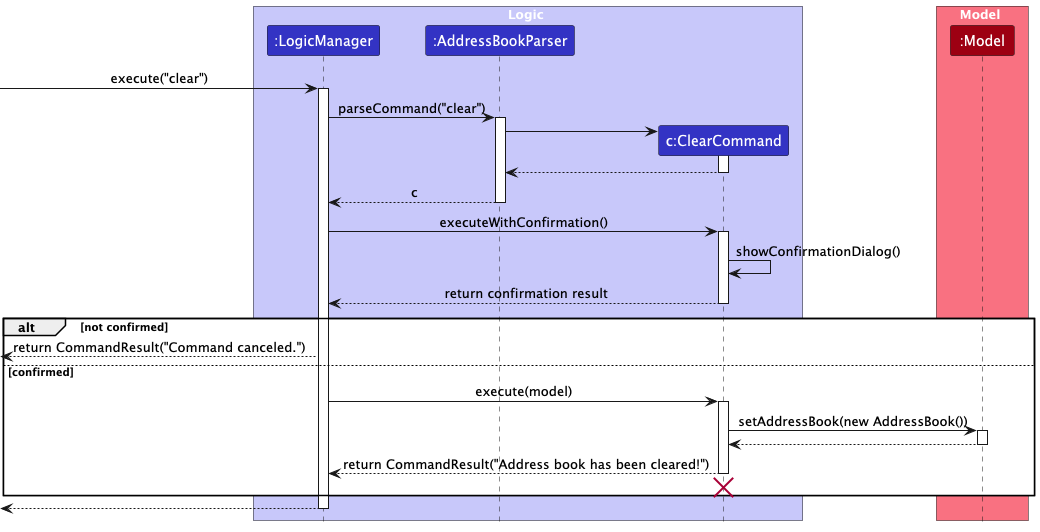
Above: docs/images/CommandWithConfirmationSequenceDiagram.png in deberinoo/tp (PlantUML), before the change.
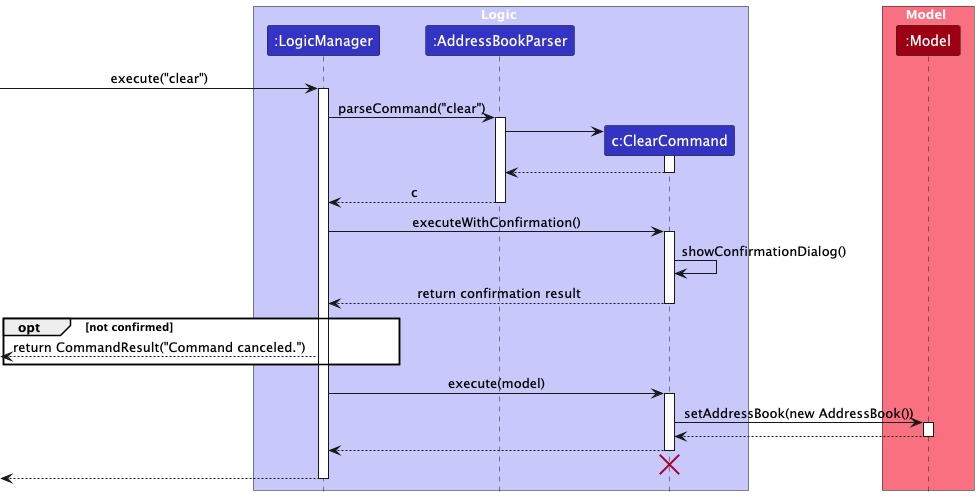
The same file after the commit.

Diff of the diagram source:
```diff
@@ -34,20 +34,20 @@
 ClearCommand --> LogicManager: return confirmation result
 deactivate ClearCommand
 
-alt not confirmed
+opt not confirmed
     <-- LogicManager : return CommandResult("Command canceled.")
-else confirmed
-    LogicManager -> ClearCommand: execute(model)
-    activate ClearCommand
-    ClearCommand -> Model: setAddressBook(new AddressBook())
-    activate Model
-    Model --> ClearCommand
-    deactivate Model
-    ClearCommand --> LogicManager: return CommandResult("Address book has been cleared!")
-    deactivate ClearCommand
-    ClearCommand -[hidden]-> LogicManager
-    destroy ClearCommand
 end
+LogicManager -> ClearCommand: execute(model)
+activate ClearCommand
+ClearCommand -> Model: setAddressBook(new AddressBook())
+activate Model
+Model --> ClearCommand
+deactivate Model
+ClearCommand --> LogicManager
+deactivate ClearCommand
+ClearCommand -[hidden]-> LogicManager
+destroy ClearCommand
+
 
 [<--LogicManager
 deactivate LogicManager
```
